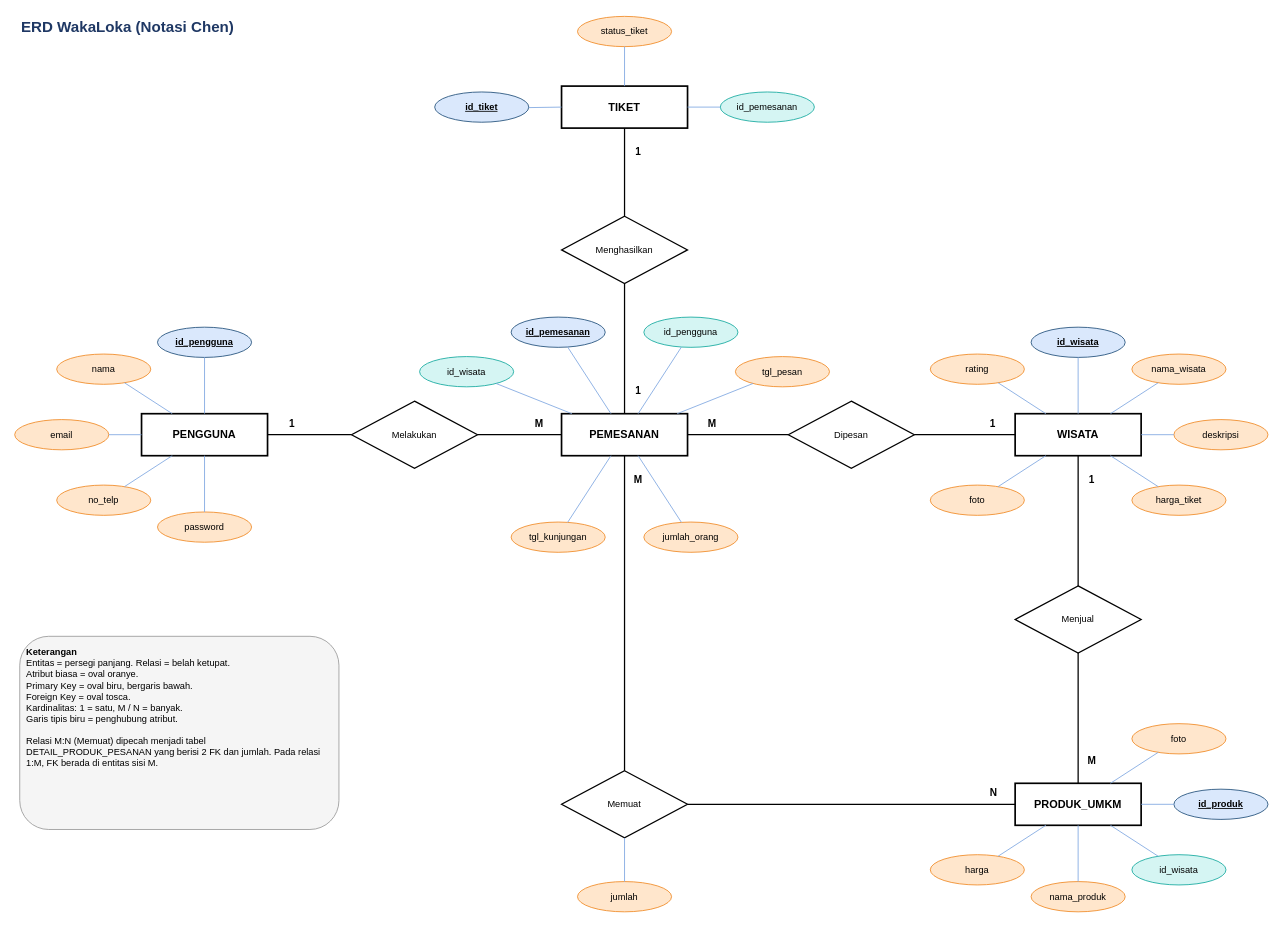
The draw.io diagram Docs/erd/ERD_WAKALOKA_Chen (1).drawio in rashazein11/Project-BasisData-A-Kelompok-wakaloka, before the edit. Source tidied: cells renumbered, new cells numbered last; positions are measured from the earlier drawing's top-left corner, leaving out a move shared by most shapes. Both pictures are drawn from the tidied source at 84%, with x=0, y=0 at pixel (14, 14).
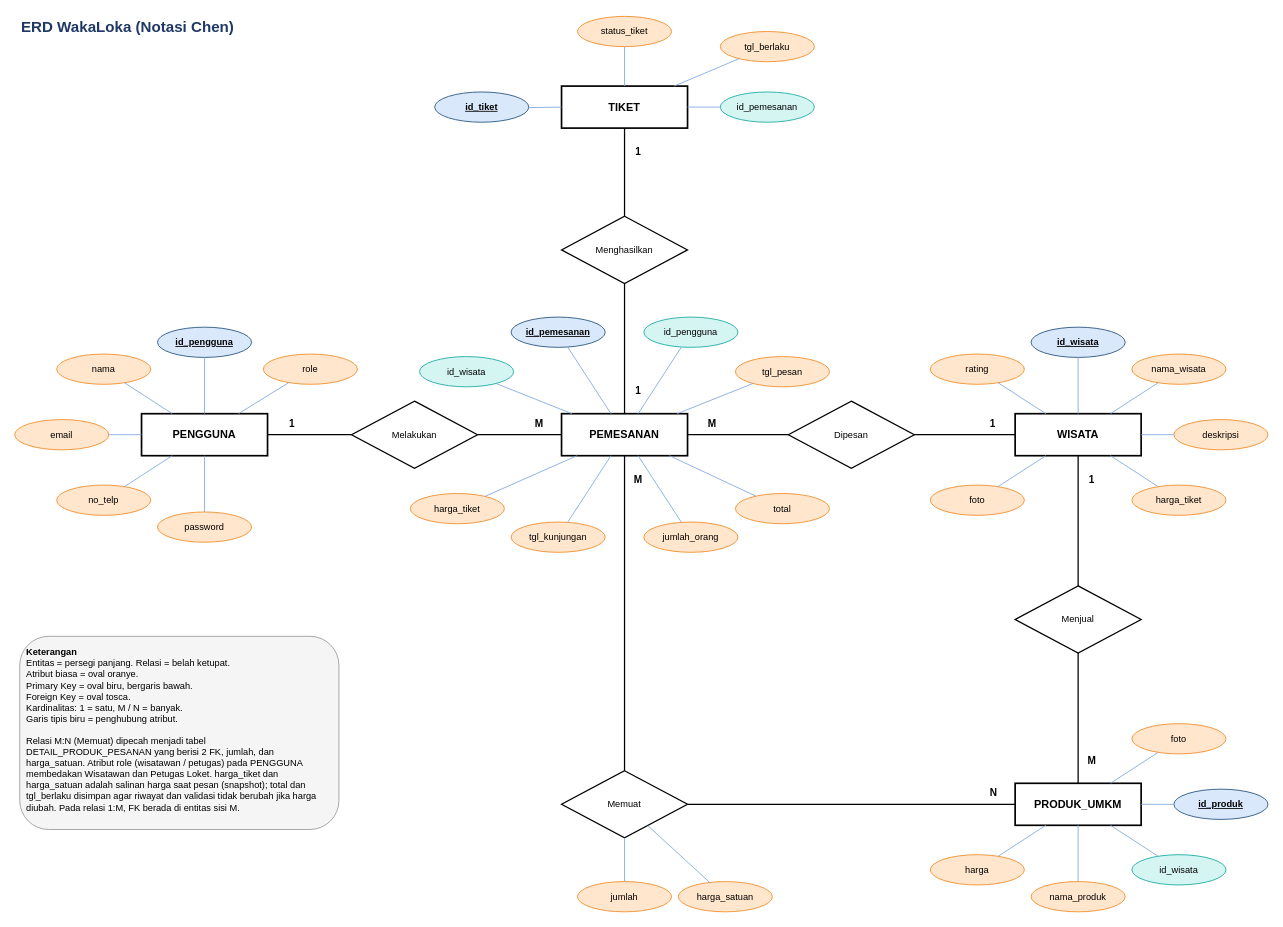
Above is the later version.

The change refers to these unchanged cells:
```xml
<mxCell id="2" value="PENGGUNA" style="rounded=0;whiteSpace=wrap;html=1;fillColor=#FFFFFF;strokeColor=#000000;strokeWidth=2;fontStyle=1;fontSize=13;" parent="1" vertex="1">
  <mxGeometry x="151" y="475" width="150" height="50" as="geometry" />
</mxCell>
<mxCell id="3" value="PEMESANAN" style="rounded=0;whiteSpace=wrap;html=1;fillColor=#FFFFFF;strokeColor=#000000;strokeWidth=2;fontStyle=1;fontSize=13;" parent="1" vertex="1">
  <mxGeometry x="651" y="475" width="150" height="50" as="geometry" />
</mxCell>
<mxCell id="5" value="TIKET" style="rounded=0;whiteSpace=wrap;html=1;fillColor=#FFFFFF;strokeColor=#000000;strokeWidth=2;fontStyle=1;fontSize=13;" parent="1" vertex="1">
  <mxGeometry x="651" y="85" width="150" height="50" as="geometry" />
</mxCell>
<mxCell id="11" value="Memuat" style="rhombus;whiteSpace=wrap;html=1;fillColor=#FFFFFF;strokeColor=#000000;strokeWidth=1.5;fontSize=11;" parent="1" vertex="1">
  <mxGeometry x="651" y="900" width="150" height="80" as="geometry" />
</mxCell>
```

Change to the diagram source:
```diff
@@
-    <mxCell id="84" value="&lt;b&gt;Keterangan&lt;/b&gt;&lt;br&gt;Entitas = persegi panjang. Relasi = belah ketupat.&lt;br&gt;Atribut biasa = oval oranye.&lt;br&gt;Primary Key = oval biru, bergaris bawah.&lt;br&gt;Foreign Key = oval tosca.&lt;br&gt;Kardinalitas: 1 = satu, M / N = banyak.&lt;br&gt;Garis tipis biru = penghubung atribut.&lt;br&gt;&lt;br&gt;Relasi M:N (Memuat) dipecah menjadi tabel DETAIL_PRODUK_PESANAN yang berisi 2 FK dan jumlah. Pada relasi 1:M, FK berada di entitas sisi M." style="rounded=1;whiteSpace=wrap;html=1;align=left;verticalAlign=top;spacing=8;fillColor=#F5F5F5;strokeColor=#999999;fontSize=11;" parent="1" vertex="1">
+    <mxCell id="84" value="&lt;b&gt;Keterangan&lt;/b&gt;&lt;br&gt;Entitas = persegi panjang. Relasi = belah ketupat.&lt;br&gt;Atribut biasa = oval oranye.&lt;br&gt;Primary Key = oval biru, bergaris bawah.&lt;br&gt;Foreign Key = oval tosca.&lt;br&gt;Kardinalitas: 1 = satu, M / N = banyak.&lt;br&gt;Garis tipis biru = penghubung atribut.&lt;br&gt;&lt;br&gt;Relasi M:N (Memuat) dipecah menjadi tabel DETAIL_PRODUK_PESANAN yang berisi 2 FK, jumlah, dan harga_satuan. Atribut role (wisatawan / petugas) pada PENGGUNA membedakan Wisatawan dan Petugas Loket. harga_tiket dan harga_satuan adalah salinan harga saat pesan (snapshot); total dan tgl_berlaku disimpan agar riwayat dan validasi tidak berubah jika harga diubah. Pada relasi 1:M, FK berada di entitas sisi M." style="rounded=1;whiteSpace=wrap;html=1;align=left;verticalAlign=top;spacing=8;fillColor=#F5F5F5;strokeColor=#999999;fontSize=11;" parent="1" vertex="1">
       <mxGeometry x="6" y="740" width="380" height="230" as="geometry" />
     </mxCell>
@@
+    <mxCell id="86" value="role" style="ellipse;whiteSpace=wrap;html=1;fillColor=#FFE6CC;strokeColor=#F08A24;fontSize=11;" parent="1" vertex="1">
+      <mxGeometry x="296" y="404" width="112" height="36" as="geometry" />
+    </mxCell>
+    <mxCell id="87" style="endArrow=none;html=1;strokeColor=#7EA6E0;strokeWidth=1;" parent="1" edge="1" source="86" target="2">
+      <mxGeometry relative="1" as="geometry" />
+    </mxCell>
+    <mxCell id="88" value="harga_tiket" style="ellipse;whiteSpace=wrap;html=1;fillColor=#FFE6CC;strokeColor=#F08A24;fontSize=11;" parent="1" vertex="1">
+      <mxGeometry x="471" y="570" width="112" height="36" as="geometry" />
+    </mxCell>
+    <mxCell id="89" style="endArrow=none;html=1;strokeColor=#7EA6E0;strokeWidth=1;" parent="1" edge="1" source="88" target="3">
+      <mxGeometry relative="1" as="geometry" />
+    </mxCell>
+    <mxCell id="90" value="total" style="ellipse;whiteSpace=wrap;html=1;fillColor=#FFE6CC;strokeColor=#F08A24;fontSize=11;" parent="1" vertex="1">
+      <mxGeometry x="858" y="570" width="112" height="36" as="geometry" />
+    </mxCell>
+    <mxCell id="91" style="endArrow=none;html=1;strokeColor=#7EA6E0;strokeWidth=1;" parent="1" edge="1" source="90" target="3">
+      <mxGeometry relative="1" as="geometry" />
+    </mxCell>
+    <mxCell id="92" value="tgl_berlaku" style="ellipse;whiteSpace=wrap;html=1;fillColor=#FFE6CC;strokeColor=#F08A24;fontSize=11;" parent="1" vertex="1">
+      <mxGeometry x="840" y="20" width="112" height="36" as="geometry" />
+    </mxCell>
+    <mxCell id="93" style="endArrow=none;html=1;strokeColor=#7EA6E0;strokeWidth=1;" parent="1" edge="1" source="92" target="5">
+      <mxGeometry relative="1" as="geometry" />
+    </mxCell>
+    <mxCell id="94" value="harga_satuan" style="ellipse;whiteSpace=wrap;html=1;fillColor=#FFE6CC;strokeColor=#F08A24;fontSize=11;" parent="1" vertex="1">
+      <mxGeometry x="790" y="1032" width="112" height="36" as="geometry" />
+    </mxCell>
+    <mxCell id="95" style="endArrow=none;html=1;strokeColor=#7EA6E0;strokeWidth=1;" parent="1" edge="1" source="94" target="11">
+      <mxGeometry relative="1" as="geometry" />
+    </mxCell>
```
